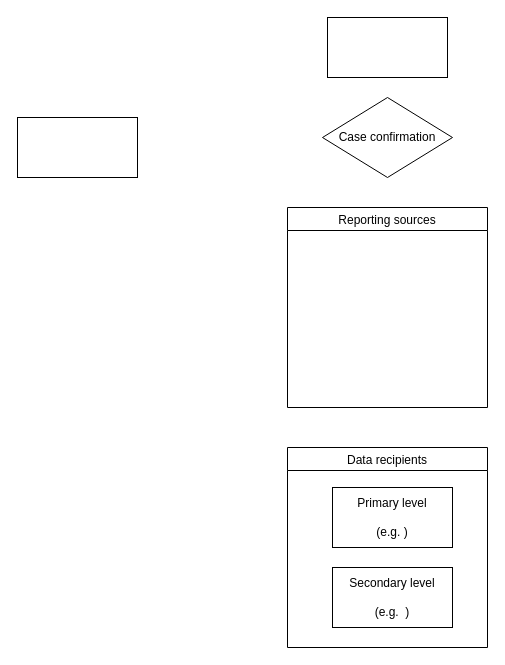
This is Untitled Diagram.drawio from shamarnelson/COMP214O-Project, a draw.io file, before an edit. Source tidied: cells renumbered, new cells numbered last; positions are measured from the earlier drawing's top-left corner, leaving out a move shared by most shapes. Both pictures are drawn from the tidied source at 100%, with x=0, y=0 at pixel (17, 17).
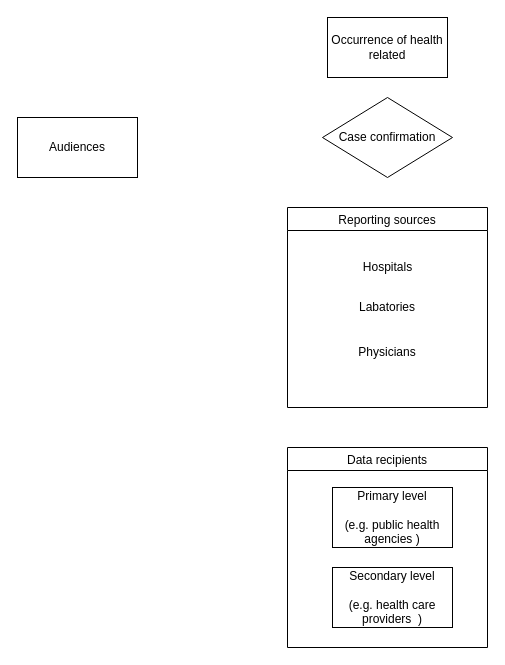
The same diagram, later.

Change to the diagram source:
```diff
@@
 <mxGraphModel>
   <root>
     <mxCell id="0" />
     <mxCell id="1" parent="0" />
-    <mxCell id="2" style="rounded=0;whiteSpace=wrap;html=1;" parent="1" vertex="1">
+    <mxCell id="2" value="Occurrence of health related" style="rounded=0;whiteSpace=wrap;html=1;" parent="1" vertex="1">
       <mxGeometry x="310" width="120" height="60" as="geometry" />
     </mxCell>
     <mxCell id="3" value="Data recipients" style="swimlane;fontStyle=0;" parent="1" vertex="1">
       <mxGeometry x="270" y="430" width="200" height="200" as="geometry" />
     </mxCell>
-    <mxCell id="4" value="Primary level&lt;br&gt;&lt;br&gt;(e.g. )" style="rounded=0;whiteSpace=wrap;html=1;" parent="3" vertex="1">
+    <mxCell id="4" value="Primary level&lt;br&gt;&lt;br&gt;(e.g. public health agencies )" style="rounded=0;whiteSpace=wrap;html=1;" parent="3" vertex="1">
       <mxGeometry x="45" y="40" width="120" height="60" as="geometry" />
     </mxCell>
-    <mxCell id="5" value="Secondary level&lt;br&gt;&lt;br&gt;(e.g. &amp;nbsp;)" style="rounded=0;whiteSpace=wrap;html=1;" parent="3" vertex="1">
+    <mxCell id="5" value="Secondary level&lt;br&gt;&lt;br&gt;(e.g. health care providers &amp;nbsp;)" style="rounded=0;whiteSpace=wrap;html=1;" parent="3" vertex="1">
       <mxGeometry x="45" y="120" width="120" height="60" as="geometry" />
     </mxCell>
-    <mxCell id="6" style="rounded=0;whiteSpace=wrap;html=1;" parent="1" vertex="1">
+    <mxCell id="6" value="Audiences" style="rounded=0;whiteSpace=wrap;html=1;" parent="1" vertex="1">
       <mxGeometry y="100" width="120" height="60" as="geometry" />
     </mxCell>
     <mxCell id="7" value="Case confirmation" style="rhombus;whiteSpace=wrap;html=1;" parent="1" vertex="1">
       <mxGeometry x="305" y="80" width="130" height="80" as="geometry" />
     </mxCell>
     <mxCell id="8" value="Reporting sources" style="swimlane;fontStyle=0;" parent="1" vertex="1">
       <mxGeometry x="270" y="190" width="200" height="200" as="geometry" />
     </mxCell>
+    <mxCell id="9" value="Hospitals" style="text;html=1;align=center;verticalAlign=middle;strokeColor=none;fillColor=none;" parent="8" vertex="1">
+      <mxGeometry x="70" y="50" width="60" height="20" as="geometry" />
+    </mxCell>
+    <mxCell id="10" value="Labatories" style="text;html=1;strokeColor=none;fillColor=none;align=center;verticalAlign=middle;whiteSpace=wrap;rounded=0;" parent="8" vertex="1">
+      <mxGeometry x="70" y="85" width="60" height="30" as="geometry" />
+    </mxCell>
+    <mxCell id="11" value="Physicians" style="text;html=1;strokeColor=none;fillColor=none;align=center;verticalAlign=middle;whiteSpace=wrap;rounded=0;" parent="8" vertex="1">
+      <mxGeometry x="70" y="130" width="60" height="30" as="geometry" />
+    </mxCell>
   </root>
 </mxGraphModel>
```
